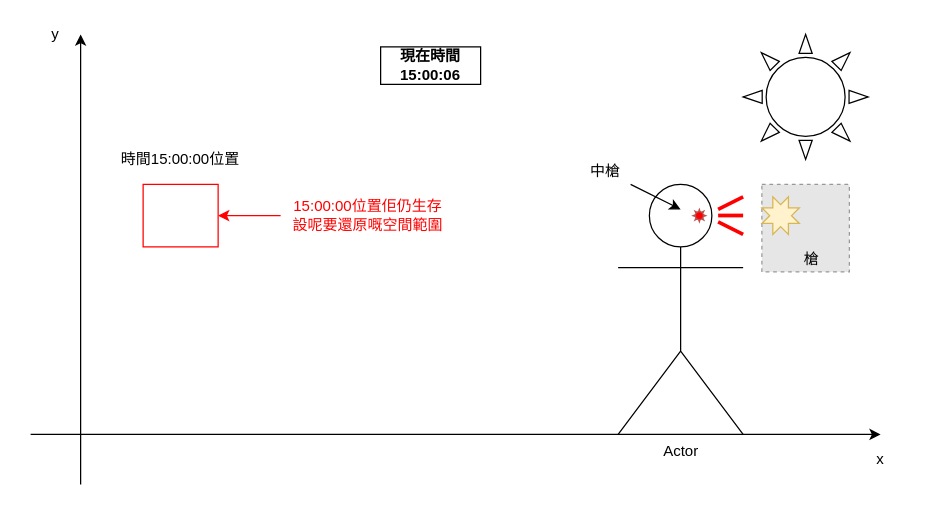
iHad169/Outline-of-Resurrection-of-Ashing-Animals keeps this draw.io diagram as page "第4頁" (4 of 12) of assets/img/復活過程/復活過程.drawio. Above is the earlier version. Source tidied: cells renumbered, new cells numbered last; positions are measured from the earlier drawing's top-left corner, leaving out a move shared by most shapes. Both pictures are drawn from the tidied source at 125%, with x=0, y=0 at pixel (30, 21). Pictures stored in the file or linked from it are replaced by grey dashed boxes.
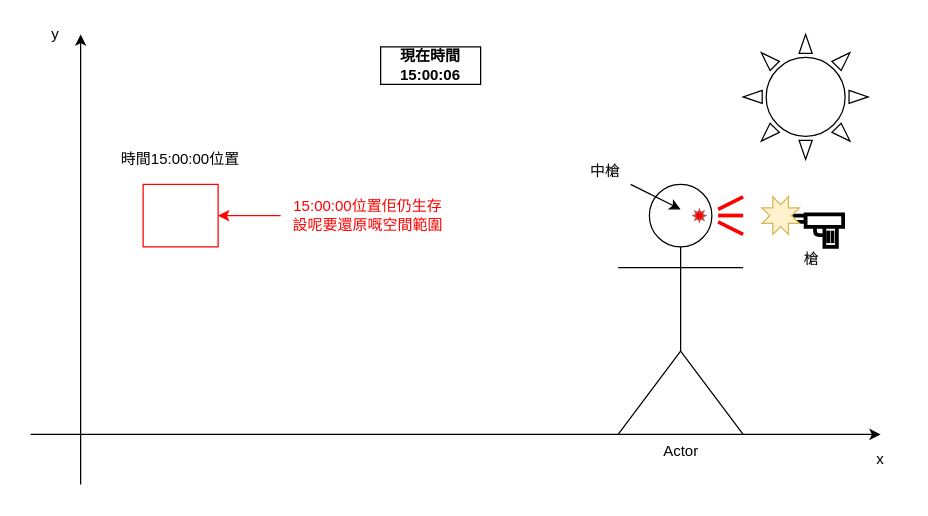
After the change.

Diff of the diagram source:
```diff
@@
-    <mxCell id="11" style="fillColor=#E6E6E6;strokeColor=#999999;dashed=1;html=1;verticalAlign=top;verticalLabelPosition=bottom;labelBackgroundColor=#ffffff;" parent="1" vertex="1">
-      <mxGeometry x="585" y="130" width="70" height="70" as="geometry" />
-    </mxCell>
@@
-    <mxCell id="14" style="verticalLabelPosition=bottom;verticalAlign=top;html=1;shape=mxgraph.basic.8_point_star;sketch=0;fillColor=#fff2cc;strokeColor=#d6b656;" parent="1" vertex="1">
-      <mxGeometry x="585" y="140" width="30" height="30" as="geometry" />
-    </mxCell>
@@
+    <mxCell id="22" style="group;" parent="1" vertex="1">
+      <mxGeometry x="600" y="150" width="50" height="30" as="geometry" />
+    </mxCell>
+    <mxCell id="23" style="rounded=0;whiteSpace=wrap;html=1;strokeWidth=3;" parent="22" vertex="1">
+      <mxGeometry y="5" width="20" height="5" as="geometry" />
+    </mxCell>
+    <mxCell id="24" style="rounded=0;whiteSpace=wrap;html=1;strokeWidth=3;" parent="22" vertex="1">
+      <mxGeometry x="20" y="4" width="30" height="10" as="geometry" />
+    </mxCell>
+    <mxCell id="25" style="rounded=0;whiteSpace=wrap;html=1;strokeWidth=3;" parent="22" vertex="1">
+      <mxGeometry x="35" y="14" width="10" height="16" as="geometry" />
+    </mxCell>
+    <mxCell id="26" style="endArrow=none;html=1;exitX=0.25;exitY=1;exitDx=0;exitDy=0;entryX=-0.06;entryY=0.419;entryDx=0;entryDy=0;entryPerimeter=0;strokeWidth=3;" parent="22" edge="1" source="24" target="25">
+      <mxGeometry as="geometry">
+        <Array as="points">
+          <mxPoint x="27.5" y="20.5" />
+        </Array>
+      </mxGeometry>
+    </mxCell>
+    <mxCell id="27" style="endArrow=none;html=1;exitX=0;exitY=0;exitDx=0;exitDy=0;strokeWidth=3;" parent="22" edge="1" source="23">
+      <mxGeometry as="geometry">
+        <mxPoint as="targetPoint" />
+      </mxGeometry>
+    </mxCell>
+    <mxCell id="28" style="endArrow=none;html=1;exitX=0.3;exitY=0.812;exitDx=0;exitDy=0;strokeWidth=3;exitPerimeter=0;entryX=0.3;entryY=0.187;entryDx=0;entryDy=0;entryPerimeter=0;" parent="22" edge="1" source="25" target="25">
+      <mxGeometry x="5" y="5" as="geometry" />
+    </mxCell>
+    <mxCell id="29" style="endArrow=none;html=1;exitX=0.3;exitY=0.812;exitDx=0;exitDy=0;strokeWidth=3;exitPerimeter=0;entryX=0.3;entryY=0.187;entryDx=0;entryDy=0;entryPerimeter=0;" parent="22" edge="1">
+      <mxGeometry x="8.5" y="5" as="geometry">
+        <mxPoint x="41.5" y="27" as="sourcePoint" />
+        <mxPoint x="41.5" y="17" as="targetPoint" />
+      </mxGeometry>
+    </mxCell>
+    <mxCell id="14" style="verticalLabelPosition=bottom;verticalAlign=top;html=1;shape=mxgraph.basic.8_point_star;sketch=0;fillColor=#fff2cc;strokeColor=#d6b656;" parent="1" vertex="1">
+      <mxGeometry x="585" y="140" width="30" height="30" as="geometry" />
+    </mxCell>
```
